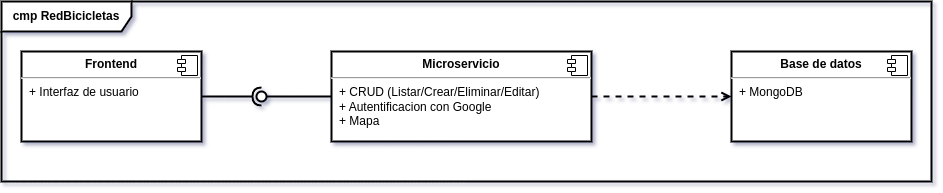
Before: img/Diagrama_de_componentes.png, a diagram exported from draw.io (achavaned/Bicicletas). Source tidied: cells renumbered, new cells last; positions are measured from the earlier drawing's top-left corner, leaving out a move shared by most shapes.
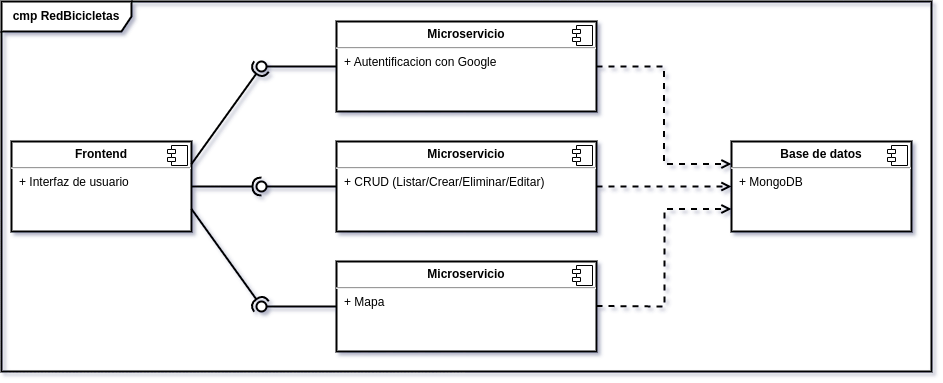
Above is the later version.

What changed in the source:
```diff
@@ -3,15 +3,15 @@
     <mxCell id="0" />
     <mxCell id="1" parent="0" />
     <mxCell id="2" value="&lt;p style=&quot;margin:0px;margin-top:6px;text-align:center;&quot;&gt;&lt;b&gt;Frontend&lt;/b&gt;&lt;/p&gt;&lt;hr&gt;&lt;p style=&quot;margin:0px;margin-left:8px;&quot;&gt;+ Interfaz de usuario&lt;br&gt;&lt;/p&gt;" style="align=left;overflow=fill;html=1;whiteSpace=wrap;strokeWidth=2;" parent="1" vertex="1">
-      <mxGeometry x="20" y="50" width="180" height="90" as="geometry" />
+      <mxGeometry y="220" width="180" height="90" as="geometry" />
     </mxCell>
     <mxCell id="3" style="shape=component;jettyWidth=8;jettyHeight=4;" parent="2" vertex="1">
       <mxGeometry x="1" width="20" height="20" relative="1" as="geometry">
         <mxPoint x="-24" y="4" as="offset" />
       </mxGeometry>
     </mxCell>
-    <mxCell id="4" value="&lt;p style=&quot;margin:0px;margin-top:6px;text-align:center;&quot;&gt;&lt;b&gt;Microservicio&lt;/b&gt;&lt;/p&gt;&lt;hr&gt;&lt;p style=&quot;margin:0px;margin-left:8px;&quot;&gt;+ CRUD (Listar/Crear/Eliminar/Editar)&lt;/p&gt;&lt;p style=&quot;margin:0px;margin-left:8px;&quot;&gt;+ Autentificacion con Google&lt;br&gt;+ Mapa&lt;/p&gt;" style="align=left;overflow=fill;html=1;whiteSpace=wrap;strokeWidth=2;" parent="1" vertex="1">
-      <mxGeometry x="330" y="50" width="260" height="90" as="geometry" />
+    <mxCell id="4" value="&lt;p style=&quot;margin:0px;margin-top:6px;text-align:center;&quot;&gt;&lt;b&gt;Microservicio&lt;/b&gt;&lt;/p&gt;&lt;hr&gt;&lt;p style=&quot;margin:0px;margin-left:8px;&quot;&gt;+ CRUD (Listar/Crear/Eliminar/Editar)&lt;/p&gt;&lt;p style=&quot;margin:0px;margin-left:8px;&quot;&gt;&lt;br&gt;&lt;/p&gt;" style="align=left;overflow=fill;html=1;whiteSpace=wrap;strokeWidth=2;" parent="1" vertex="1">
+      <mxGeometry x="325" y="220" width="260" height="90" as="geometry" />
     </mxCell>
     <mxCell id="5" style="shape=component;jettyWidth=8;jettyHeight=4;" parent="4" vertex="1">
       <mxGeometry x="1" width="20" height="20" relative="1" as="geometry">
@@ -19,7 +19,7 @@
       </mxGeometry>
     </mxCell>
     <mxCell id="6" value="&lt;p style=&quot;margin:0px;margin-top:6px;text-align:center;&quot;&gt;&lt;b&gt;Base de datos&lt;/b&gt;&lt;/p&gt;&lt;hr&gt;&lt;p style=&quot;margin:0px;margin-left:8px;&quot;&gt;+ MongoDB&lt;br&gt;&lt;/p&gt;" style="align=left;overflow=fill;html=1;whiteSpace=wrap;strokeWidth=2;" parent="1" vertex="1">
-      <mxGeometry x="730" y="50" width="180" height="90" as="geometry" />
+      <mxGeometry x="720" y="220" width="180" height="90" as="geometry" />
     </mxCell>
     <mxCell id="7" style="shape=component;jettyWidth=8;jettyHeight=4;" parent="6" vertex="1">
       <mxGeometry x="1" width="20" height="20" relative="1" as="geometry">
@@ -33,7 +33,7 @@
       <mxGeometry relative="1" as="geometry" />
     </mxCell>
     <mxCell id="10" style="ellipse;whiteSpace=wrap;html=1;align=center;points=[];outlineConnect=0;sketch=0;rotation=-180;strokeWidth=2;" parent="1" vertex="1">
-      <mxGeometry x="255" y="90" width="10" height="10" as="geometry" />
+      <mxGeometry x="245" y="260" width="10" height="10" as="geometry" />
     </mxCell>
     <mxCell id="11" style="endArrow=open;html=1;rounded=0;align=center;verticalAlign=bottom;dashed=1;endFill=0;labelBackgroundColor=none;exitX=1;exitY=0.5;exitDx=0;exitDy=0;strokeWidth=2;" parent="1" edge="1" source="4" target="6">
       <mxGeometry relative="1" as="geometry" />
@@ -42,7 +42,59 @@
       <mxGeometry relative="1" as="geometry" />
     </mxCell>
     <mxCell id="13" value="&lt;b&gt;cmp RedBicicletas&lt;/b&gt;" style="shape=umlFrame;whiteSpace=wrap;html=1;strokeWidth=2;width=130;height=30;" parent="1" vertex="1">
-      <mxGeometry width="930" height="180" as="geometry" />
+      <mxGeometry x="-10" y="80" width="930" height="370" as="geometry" />
     </mxCell>
+    <mxCell id="14" value="&lt;p style=&quot;margin:0px;margin-top:6px;text-align:center;&quot;&gt;&lt;b&gt;Microservicio&lt;/b&gt;&lt;/p&gt;&lt;hr&gt;&lt;p style=&quot;margin:0px;margin-left:8px;&quot;&gt;+ Mapa&lt;/p&gt;" style="align=left;overflow=fill;html=1;whiteSpace=wrap;strokeWidth=2;" parent="1" vertex="1">
+      <mxGeometry x="325" y="340" width="260" height="90" as="geometry" />
+    </mxCell>
+    <mxCell id="15" style="shape=component;jettyWidth=8;jettyHeight=4;" parent="14" vertex="1">
+      <mxGeometry x="1" width="20" height="20" relative="1" as="geometry">
+        <mxPoint x="-24" y="4" as="offset" />
+      </mxGeometry>
+    </mxCell>
+    <mxCell id="16" value="&lt;p style=&quot;margin:0px;margin-top:6px;text-align:center;&quot;&gt;&lt;b&gt;Microservicio&lt;/b&gt;&lt;/p&gt;&lt;hr&gt;&lt;p style=&quot;margin:0px;margin-left:8px;&quot;&gt;+ Autentificacion con Google&lt;/p&gt;" style="align=left;overflow=fill;html=1;whiteSpace=wrap;strokeWidth=2;" parent="1" vertex="1">
+      <mxGeometry x="325" y="100" width="260" height="90" as="geometry" />
+    </mxCell>
+    <mxCell id="17" style="shape=component;jettyWidth=8;jettyHeight=4;" parent="16" vertex="1">
+      <mxGeometry x="1" width="20" height="20" relative="1" as="geometry">
+        <mxPoint x="-24" y="4" as="offset" />
+      </mxGeometry>
+    </mxCell>
+    <mxCell id="18" style="endArrow=open;html=1;rounded=0;align=center;verticalAlign=bottom;dashed=1;endFill=0;labelBackgroundColor=none;exitX=1;exitY=0.5;exitDx=0;exitDy=0;strokeWidth=2;entryX=0;entryY=0.75;entryDx=0;entryDy=0;edgeStyle=orthogonalEdgeStyle;" parent="1" edge="1" target="6">
+      <mxGeometry relative="1" as="geometry">
+        <mxPoint x="585" y="384.5" as="sourcePoint" />
+      </mxGeometry>
+    </mxCell>
+    <mxCell id="19" style="html=1;align=center;verticalAlign=top;labelBackgroundColor=none;" parent="18" vertex="1">
+      <mxGeometry relative="1" as="geometry" />
+    </mxCell>
+    <mxCell id="20" style="endArrow=open;html=1;rounded=0;align=center;verticalAlign=bottom;dashed=1;endFill=0;labelBackgroundColor=none;exitX=1;exitY=0.5;exitDx=0;exitDy=0;strokeWidth=2;entryX=0;entryY=0.25;entryDx=0;entryDy=0;edgeStyle=orthogonalEdgeStyle;" parent="1" edge="1" source="16" target="6">
+      <mxGeometry relative="1" as="geometry" />
+    </mxCell>
+    <mxCell id="21" style="html=1;align=center;verticalAlign=top;labelBackgroundColor=none;" parent="20" vertex="1">
+      <mxGeometry relative="1" as="geometry" />
+    </mxCell>
+    <mxCell id="22" style="rounded=0;jettySize=auto;html=1;endArrow=none;endFill=0;sketch=0;sourcePerimeterSpacing=0;targetPerimeterSpacing=0;exitX=0;exitY=0.5;exitDx=0;exitDy=0;strokeWidth=2;" parent="1" edge="1" target="24">
+      <mxGeometry relative="1" as="geometry">
+        <mxPoint x="325" y="385" as="sourcePoint" />
+      </mxGeometry>
+    </mxCell>
+    <mxCell id="23" style="rounded=0;jettySize=auto;html=1;endArrow=halfCircle;endFill=0;entryX=0.5;entryY=0.5;endSize=6;strokeWidth=2;sketch=0;exitX=1;exitY=0.75;exitDx=0;exitDy=0;" parent="1" edge="1" source="2" target="24">
+      <mxGeometry relative="1" as="geometry" />
+    </mxCell>
+    <mxCell id="24" style="ellipse;whiteSpace=wrap;html=1;align=center;points=[];outlineConnect=0;sketch=0;rotation=-180;strokeWidth=2;" parent="1" vertex="1">
+      <mxGeometry x="245" y="380" width="10" height="10" as="geometry" />
+    </mxCell>
+    <mxCell id="25" style="rounded=0;jettySize=auto;html=1;endArrow=none;endFill=0;sketch=0;sourcePerimeterSpacing=0;targetPerimeterSpacing=0;exitX=0;exitY=0.5;exitDx=0;exitDy=0;strokeWidth=2;" parent="1" edge="1" target="27">
+      <mxGeometry relative="1" as="geometry">
+        <mxPoint x="325" y="145" as="sourcePoint" />
+      </mxGeometry>
+    </mxCell>
+    <mxCell id="26" style="rounded=0;jettySize=auto;html=1;endArrow=halfCircle;endFill=0;entryX=0.5;entryY=0.5;endSize=6;strokeWidth=2;sketch=0;exitX=1;exitY=0.25;exitDx=0;exitDy=0;" parent="1" edge="1" source="2" target="27">
+      <mxGeometry relative="1" as="geometry" />
+    </mxCell>
+    <mxCell id="27" style="ellipse;whiteSpace=wrap;html=1;align=center;points=[];outlineConnect=0;sketch=0;rotation=-180;strokeWidth=2;" parent="1" vertex="1">
+      <mxGeometry x="245" y="140" width="10" height="10" as="geometry" />
+    </mxCell>
   </root>
 </mxGraphModel>
```
